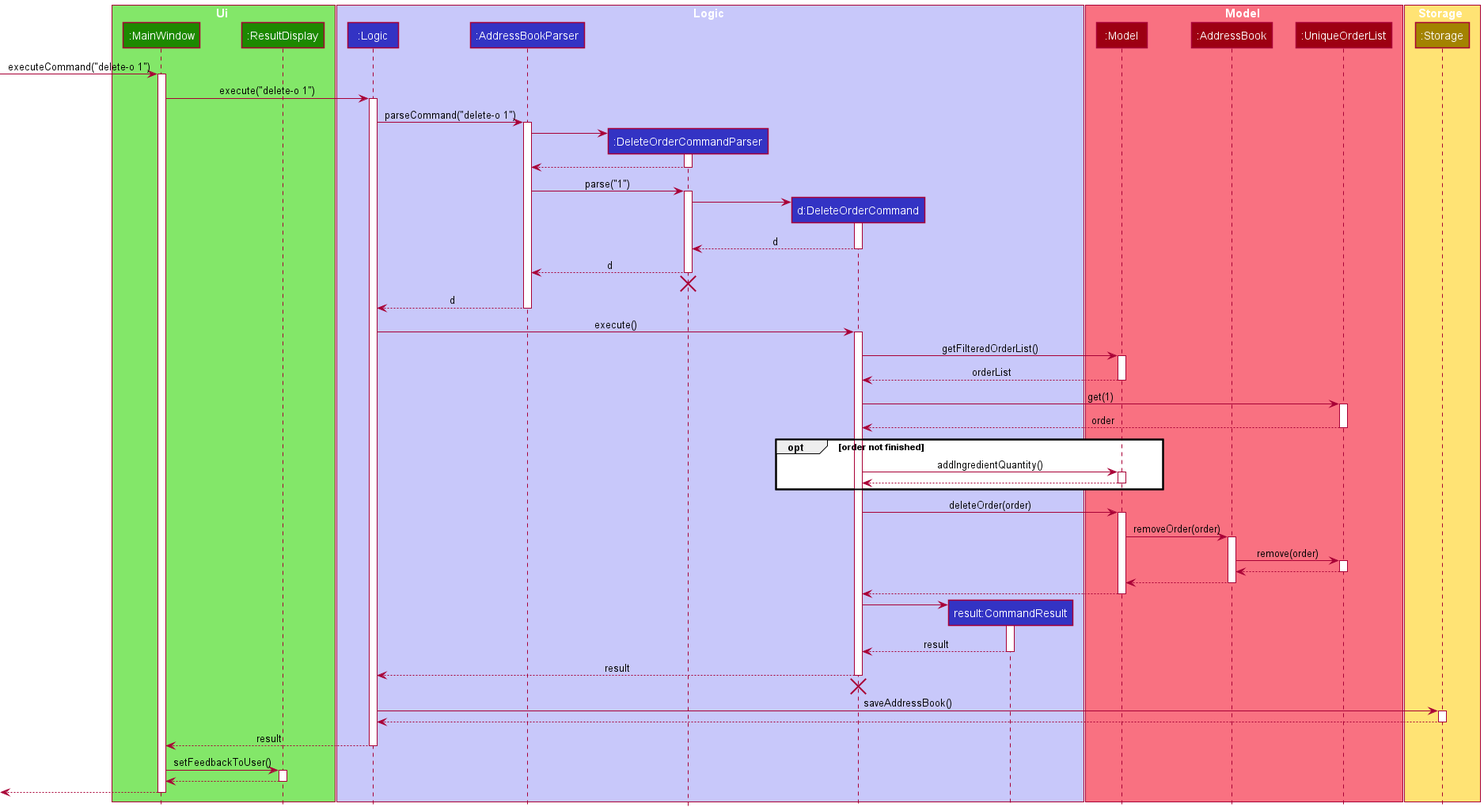
Above: docs/images/DeleteOrderSequenceDiagram.png in zognin/tp (PlantUML), before the change.
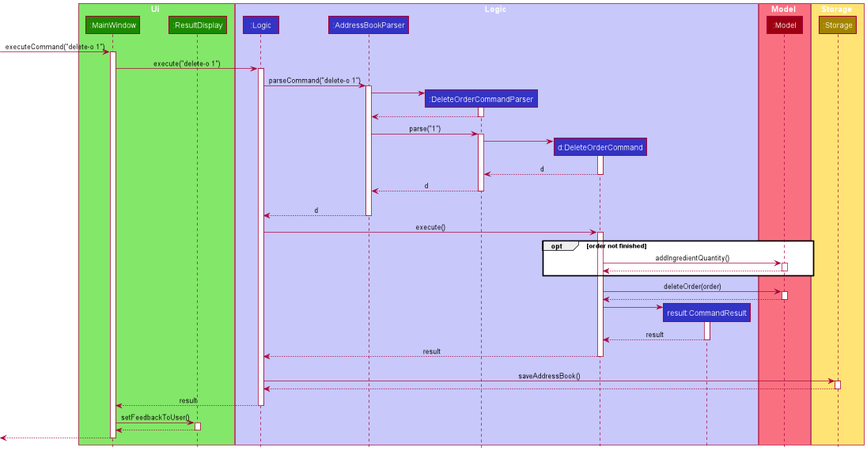
The same file after the commit.

Diff of the diagram source:
```diff
@@ -18,8 +18,6 @@
 
 box Model MODEL_COLOR_T1
 participant ":Model" as Model MODEL_COLOR
-participant ":AddressBook" as AddressBook MODEL_COLOR
-participant ":UniqueOrderList" as UniqueOrderList MODEL_COLOR
 end box
 
 box Storage STORAGE_COLOR_T1
@@ -52,25 +50,12 @@
 DeleteOrderCommandParser --> AddressBookParser : d
 deactivate DeleteOrderCommandParser
 DeleteOrderCommandParser -[hidden]-> AddressBookParser
-destroy DeleteOrderCommandParser
 
 AddressBookParser --> Logic : d
 deactivate AddressBookParser
 
 Logic -> DeleteOrderCommand : execute()
 activate DeleteOrderCommand
-
-DeleteOrderCommand -> Model : getFilteredOrderList()
-activate Model
-
-Model --> DeleteOrderCommand : orderList
-deactivate Model
-
-DeleteOrderCommand -> UniqueOrderList : get(1)
-activate UniqueOrderList
-
-UniqueOrderList --> DeleteOrderCommand : order
-deactivate UniqueOrderList
 
 opt order not finished
     DeleteOrderCommand -> Model : addIngredientQuantity()
@@ -82,18 +67,6 @@
 
 DeleteOrderCommand -> Model : deleteOrder(order)
 activate Model
-
-Model -> AddressBook : removeOrder(order)
-activate AddressBook
-
-AddressBook -> UniqueOrderList : remove(order)
-activate UniqueOrderList
-
-UniqueOrderList --> AddressBook
-deactivate UniqueOrderList
-
-AddressBook --> Model
-deactivate AddressBook
 
 Model --> DeleteOrderCommand
 deactivate Model
@@ -108,7 +81,6 @@
 DeleteOrderCommand --> Logic : result
 deactivate DeleteOrderCommand
 DeleteOrderCommand -[hidden]-> AddressBookParser
-destroy DeleteOrderCommand
 
 Logic -> Storage : saveAddressBook()
 activate Storage
```
